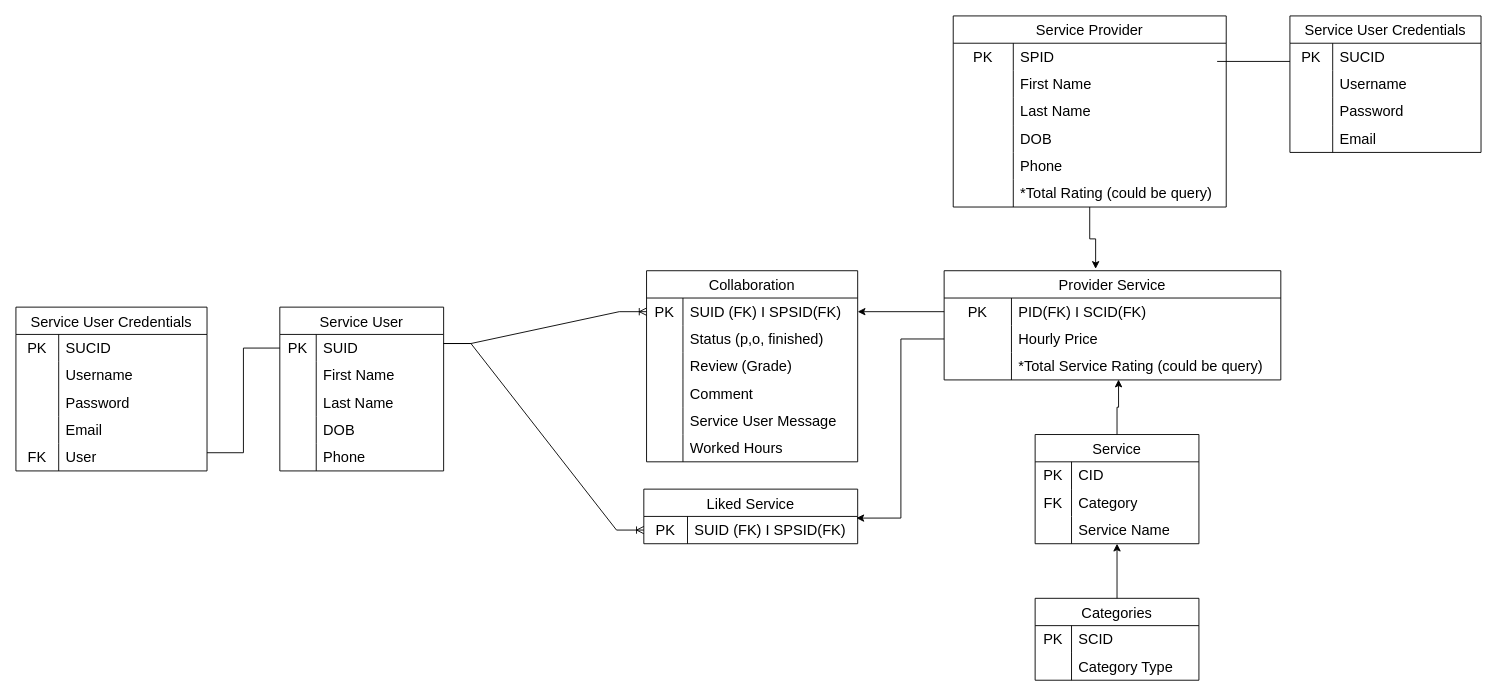
This is Inwousluga.drawio from AndNijaz/Inwobill, a draw.io file, before an edit. Source tidied: cells renumbered, new cells numbered last; positions are measured from the earlier drawing's top-left corner, leaving out a move shared by most shapes. Both pictures are drawn from the tidied source at 91%, with x=0, y=0 at pixel (15, 15).
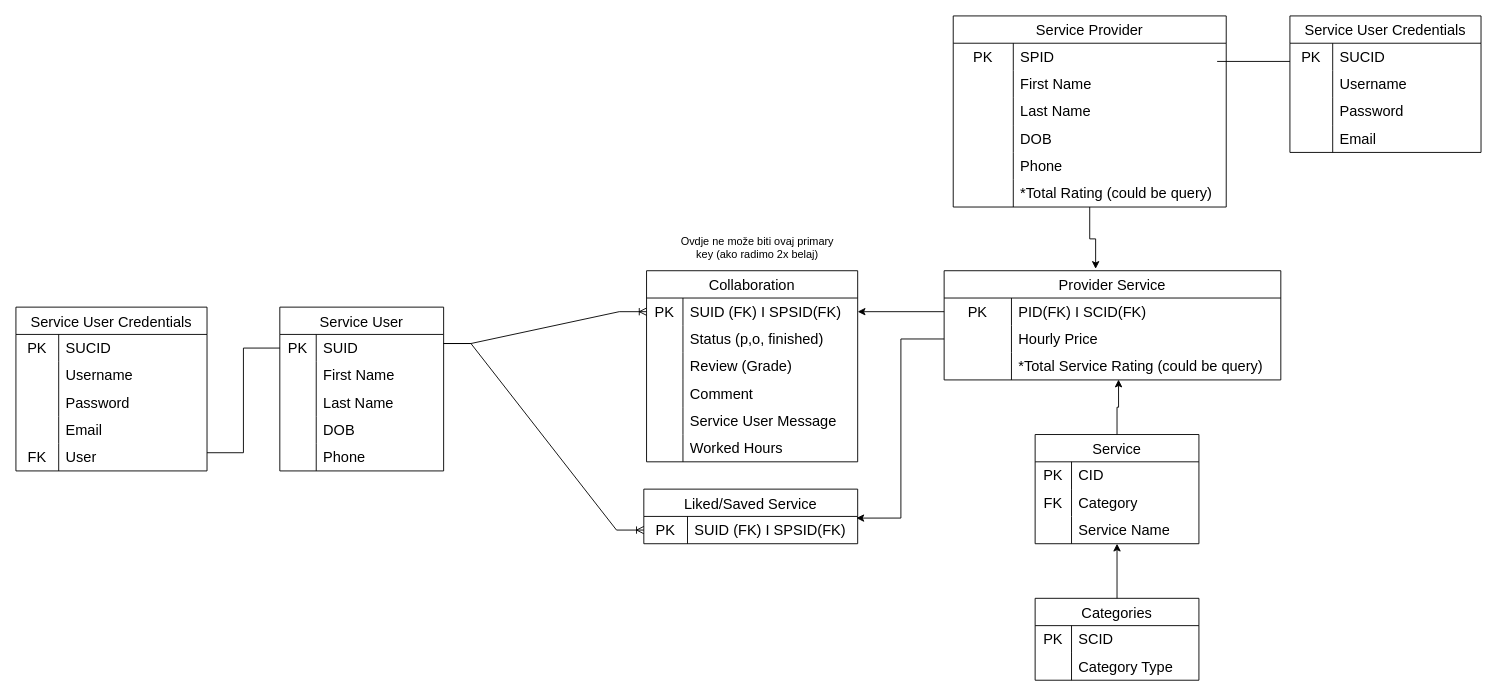
After the change.

Diff of the diagram source:
```diff
@@
-    <mxCell id="55" value="Liked Service" style="shape=table;startSize=30;childLayout=tableLayout;rowLines=0;fontStyle=0;strokeColor=default;fontSize=16;" parent="1" vertex="1">
+    <mxCell id="55" value="Liked/Saved Service" style="shape=table;startSize=30;childLayout=tableLayout;rowLines=0;fontStyle=0;strokeColor=default;fontSize=16;" parent="1" vertex="1">
       <mxGeometry x="690" y="520" width="235" height="60" as="geometry" />
     </mxCell>
@@
+    <mxCell id="125" value="Ovdje ne može biti ovaj primary key (ako radimo 2x belaj)" style="text;html=1;align=center;verticalAlign=middle;whiteSpace=wrap;rounded=0;" parent="1" vertex="1">
+      <mxGeometry x="720" y="240" width="190" height="30" as="geometry" />
+    </mxCell>
```
